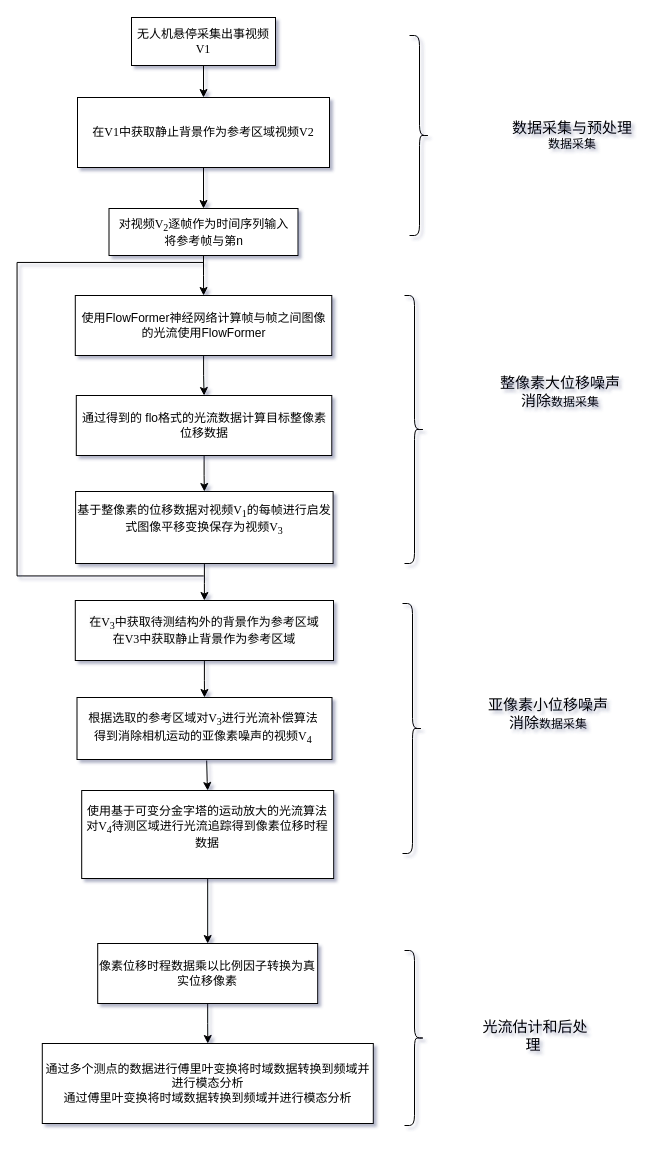
Before: page "Page-1" (1 of 3) of 专利流程图.drawio in ZWJ5656588/uml, a draw.io diagram. Source tidied: cells renumbered, new cells numbered last; positions are measured from the earlier drawing's top-left corner, leaving out a move shared by most shapes. Both pictures are drawn from the tidied source at 100%, with x=0, y=0 at pixel (-47, 17).
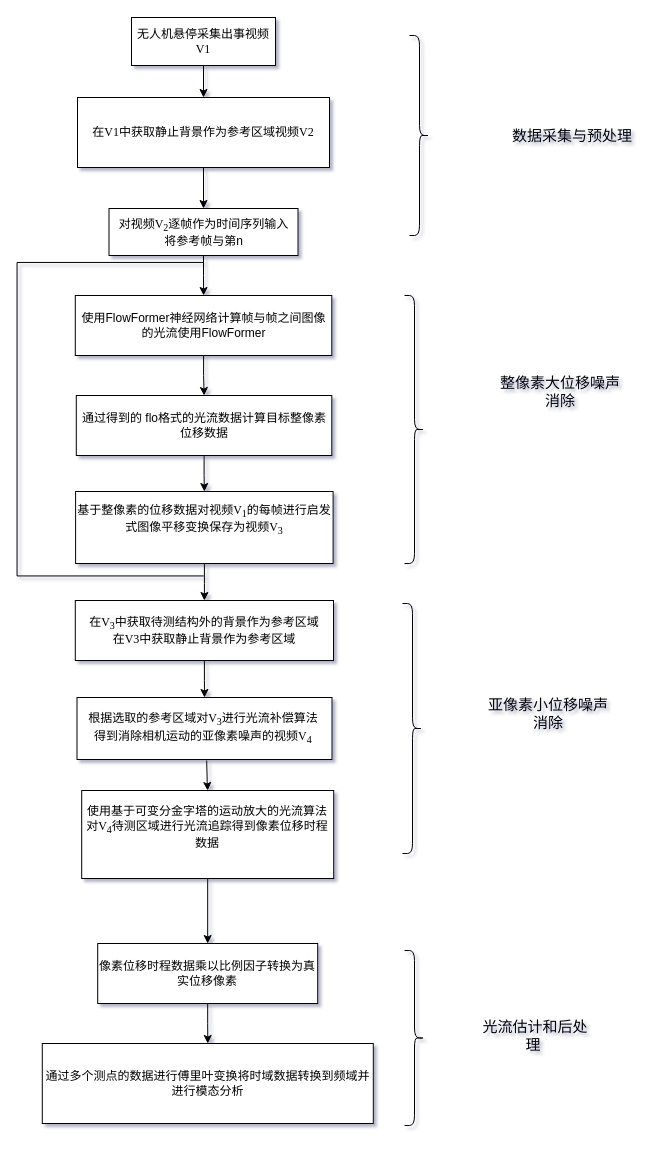
After the change.

Commit message:
Update 专利流程图.drawio

Diff of the diagram source:
```diff
@@
-    <mxCell id="2" value="通过多个测点的数据进行傅里叶变换将时域数据转换到频域并进行模态分析&lt;font class=&quot;__Cici__translate__ __Cici_translate_similar_text_content__&quot;&gt;&lt;font style=&quot;display: none;&quot; class=&quot;__Cici_translate_origin_node__&quot;&gt;通过傅里叶变换将时域数据转换到频域并进行模态分析&lt;/font&gt;&lt;font style=&quot;display: block;&quot; class=&quot;__Cici_translate_translated_inject_node__ __Cici_translate_need_wrapper__&quot;&gt;&lt;span&gt;通过傅里叶变换将时域数据转换到频域并进行模态分析&lt;/span&gt;&lt;/font&gt;&lt;/font&gt;" style="rounded=0;whiteSpace=wrap;html=1;" parent="1" vertex="1">
+    <mxCell id="2" value="通过多个测点的数据进行傅里叶变换将时域数据转换到频域并进行模态分析" style="rounded=0;whiteSpace=wrap;html=1;" parent="1" vertex="1">
       <mxGeometry x="88.8" y="1026" width="331" height="80" as="geometry" />
     </mxCell>
@@
-    <mxCell id="27" value="&lt;font style=&quot;font-size: 15px;&quot;&gt;数据采集与预处理&lt;/font&gt;&lt;font class=&quot;__Cici__translate__ __Cici_translate_similar_text_content__&quot;&gt;&lt;font style=&quot;display: none;&quot; class=&quot;__Cici_translate_origin_node__&quot;&gt;数据采集&lt;/font&gt;&lt;font style=&quot;display: inline-block;&quot; class=&quot;__Cici_translate_translated_inject_node__&quot;&gt;&lt;span&gt;数据采集&lt;/span&gt;&lt;/font&gt;&lt;/font&gt;" style="text;strokeColor=none;align=center;fillColor=none;html=1;verticalAlign=middle;whiteSpace=wrap;rounded=0;" parent="1" vertex="1">
+    <mxCell id="27" value="&lt;font style=&quot;font-size: 15px;&quot;&gt;数据采集与预处理&lt;/font&gt;" style="text;strokeColor=none;align=center;fillColor=none;html=1;verticalAlign=middle;whiteSpace=wrap;rounded=0;" parent="1" vertex="1">
       <mxGeometry x="556" y="98.7" width="126.1" height="38.7" as="geometry" />
     </mxCell>
-    <mxCell id="28" value="&lt;font style=&quot;font-size: 15px;&quot;&gt;整像素大位移噪声消除&lt;/font&gt;&lt;font class=&quot;__Cici__translate__ __Cici_translate_similar_text_content__&quot;&gt;&lt;font style=&quot;display: none;&quot; class=&quot;__Cici_translate_origin_node__&quot;&gt;数据采集&lt;/font&gt;&lt;font style=&quot;display: inline-block;&quot; class=&quot;__Cici_translate_translated_inject_node__&quot;&gt;&lt;span&gt;数据采集&lt;/span&gt;&lt;/font&gt;&lt;/font&gt;" style="text;strokeColor=none;align=center;fillColor=none;html=1;verticalAlign=middle;whiteSpace=wrap;rounded=0;" parent="1" vertex="1">
+    <mxCell id="28" value="&lt;font style=&quot;font-size: 15px;&quot;&gt;整像素大位移噪声消除&lt;/font&gt;" style="text;strokeColor=none;align=center;fillColor=none;html=1;verticalAlign=middle;whiteSpace=wrap;rounded=0;" parent="1" vertex="1">
       <mxGeometry x="544" y="355" width="126.1" height="38.7" as="geometry" />
     </mxCell>
-    <mxCell id="29" value="&lt;font style=&quot;font-size: 15px;&quot;&gt;亚像素小位移噪声消除&lt;/font&gt;&lt;font class=&quot;__Cici__translate__ __Cici_translate_similar_text_content__&quot;&gt;&lt;font style=&quot;display: none;&quot; class=&quot;__Cici_translate_origin_node__&quot;&gt;数据采集&lt;/font&gt;&lt;font style=&quot;display: inline-block;&quot; class=&quot;__Cici_translate_translated_inject_node__&quot;&gt;&lt;span&gt;数据采集&lt;/span&gt;&lt;/font&gt;&lt;/font&gt;" style="text;strokeColor=none;align=center;fillColor=none;html=1;verticalAlign=middle;whiteSpace=wrap;rounded=0;" parent="1" vertex="1">
+    <mxCell id="29" value="&lt;font style=&quot;font-size: 15px;&quot;&gt;亚像素小位移噪声消除&lt;/font&gt;" style="text;strokeColor=none;align=center;fillColor=none;html=1;verticalAlign=middle;whiteSpace=wrap;rounded=0;" parent="1" vertex="1">
       <mxGeometry x="532" y="677" width="126.1" height="38.7" as="geometry" />
     </mxCell>
```
